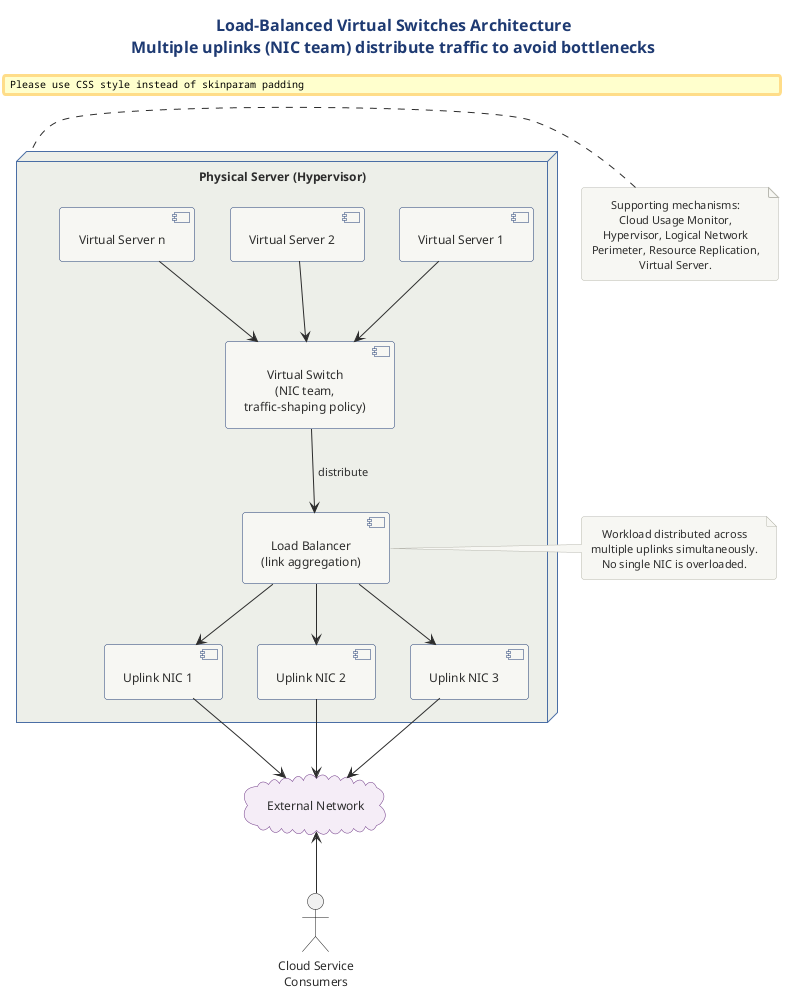
Above: src/architecture/cloud/architecture/cloud-architecture-diagram-library/specialized-cloud-architectures-puml/png/07-load-balanced-virtual-switches.png in Notoriousjayy/latex-docs (PlantUML), before the change.
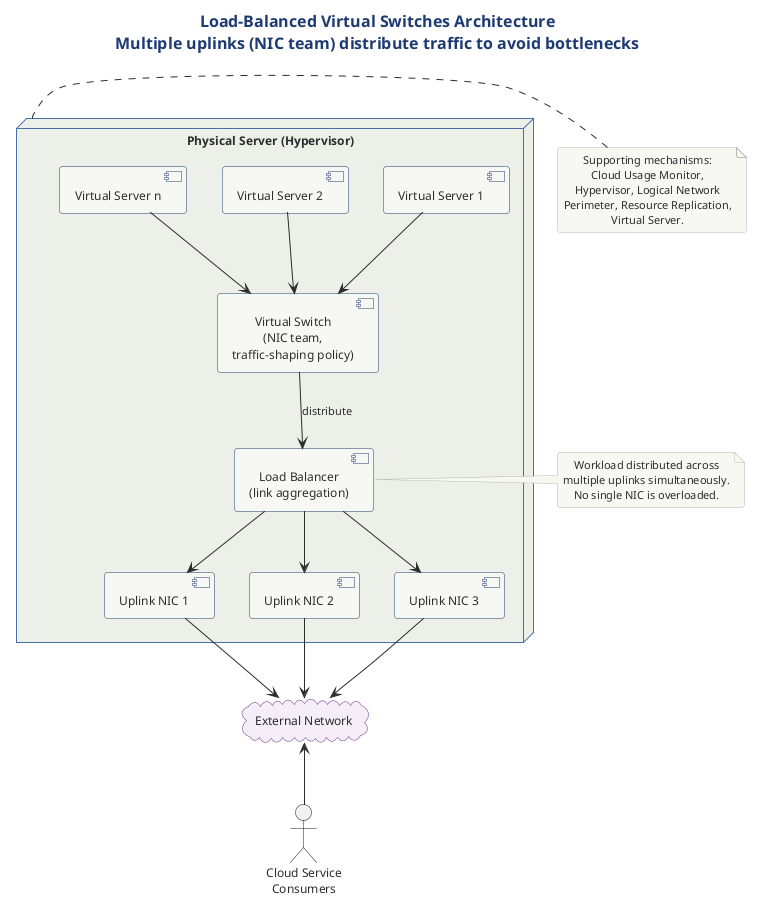
After the change.

The edit, as a diff of the source:
```diff
@@ -1,4 +1,4 @@
-@startuml load_balanced_virtual_switches
+@startuml
 !include ../../../../../../tooling/styles/plantuml/structural/deployment-diagram-style.iuml
 
 title Load-Balanced Virtual Switches Architecture\nMultiple uplinks (NIC team) distribute traffic to avoid bottlenecks
```
